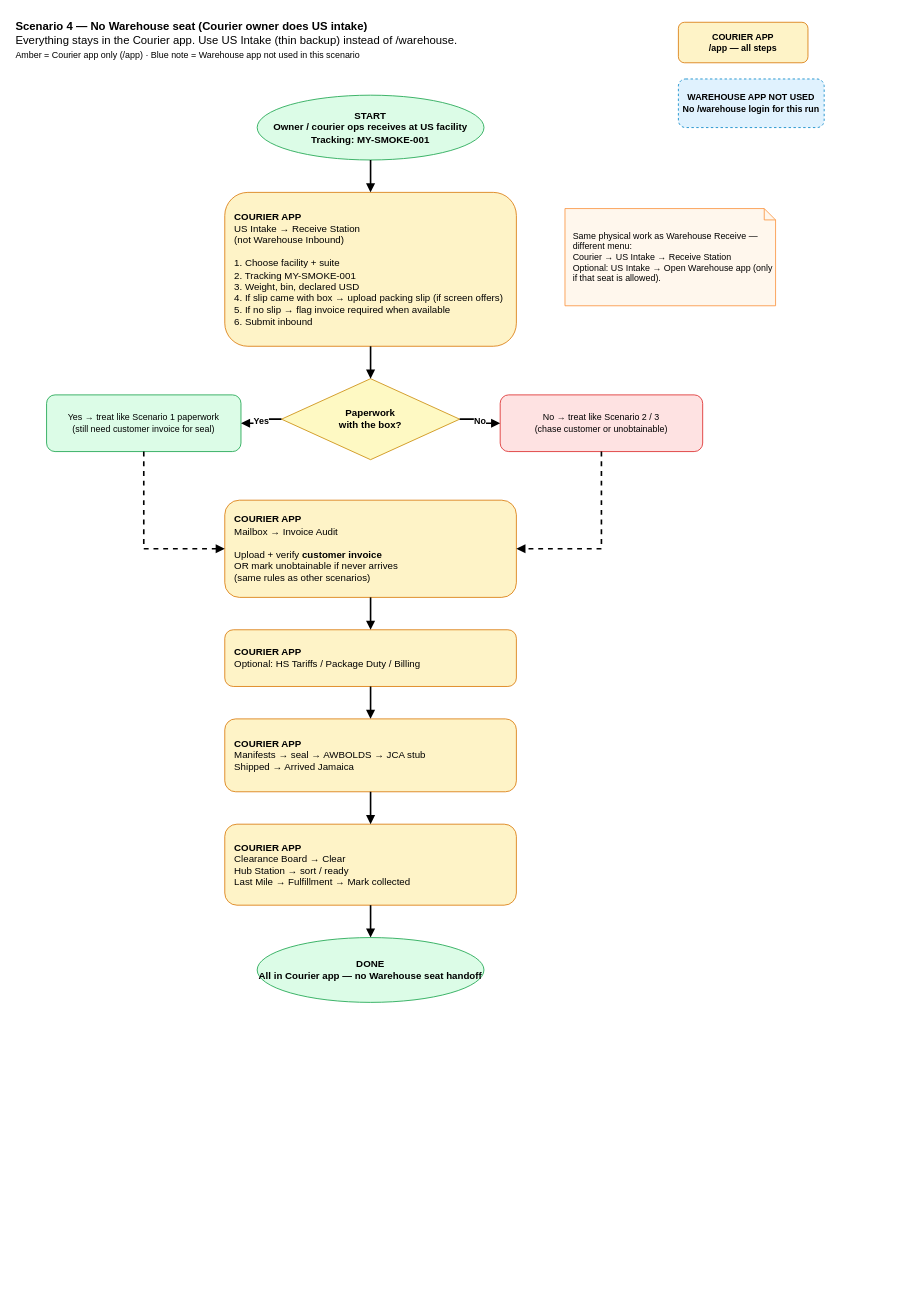
Earlier version of the draw.io diagram docs/diagrams/package-flow/04-owner-us-intake-no-warehouse-seat.drawio (DeekiiiiiiiT/Goride). Source tidied: cells renumbered, new cells numbered last; positions are measured from the earlier drawing's top-left corner, leaving out a move shared by most shapes. Both pictures are drawn from the tidied source at 81%, with x=0, y=0 at pixel (14, 14).
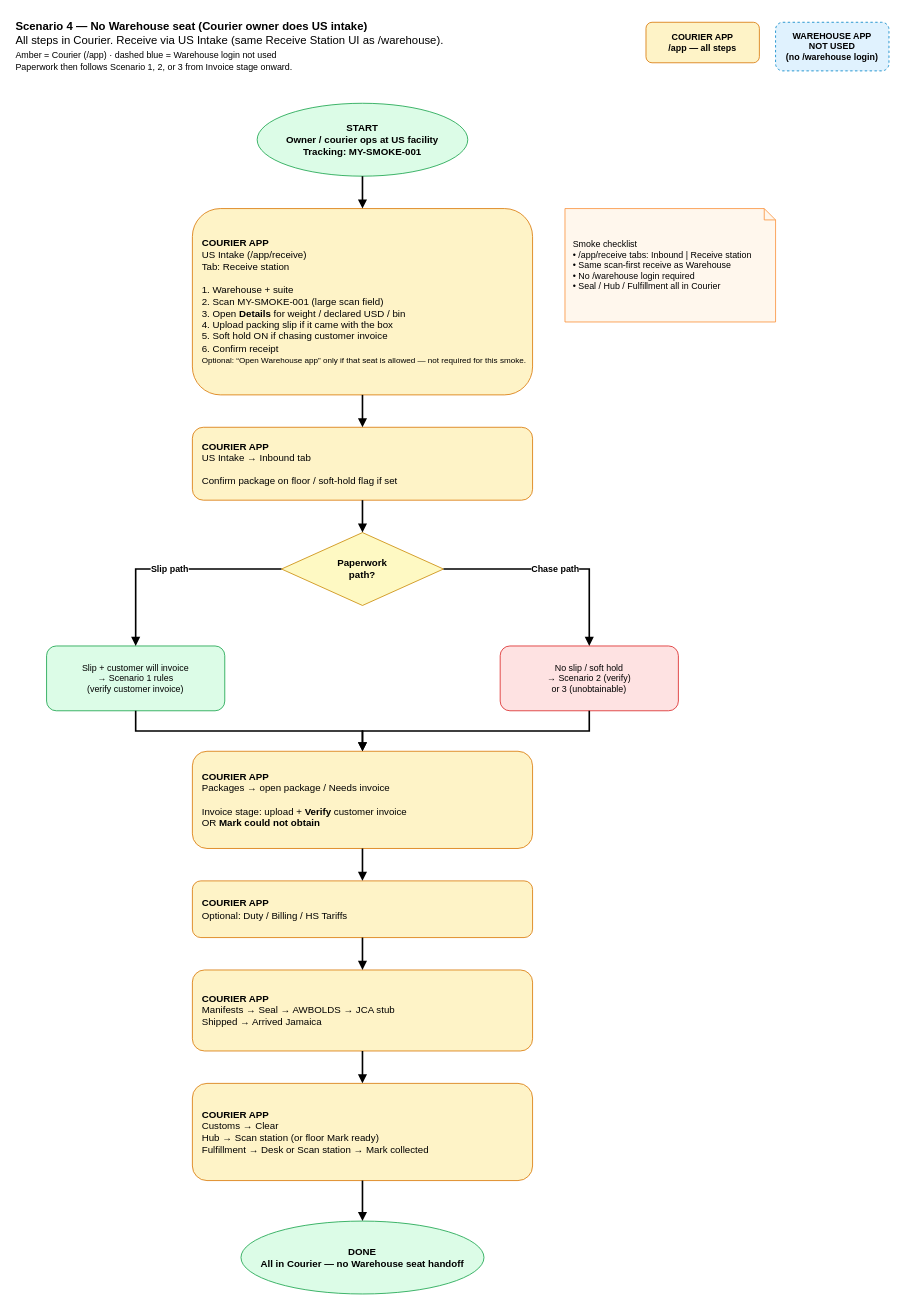
After the change.

Diff of the diagram source:
```diff
@@
-    <mxCell id="2" value="&lt;b&gt;Scenario 4 — No Warehouse seat (Courier owner does US intake)&lt;/b&gt;&lt;br&gt;Everything stays in the Courier app. Use US Intake (thin backup) instead of /warehouse.&lt;br&gt;&lt;font style=&quot;font-size:11px&quot;&gt;Amber = Courier app only (/app) · Blue note = Warehouse app not used in this scenario&lt;/font&gt;" style="text;html=1;strokeColor=none;fillColor=none;align=left;verticalAlign=top;whiteSpace=wrap;rounded=0;fontSize=14;" parent="1" vertex="1">
-      <mxGeometry width="780" height="70" as="geometry" />
+    <mxCell id="2" value="&lt;b&gt;Scenario 4 — No Warehouse seat (Courier owner does US intake)&lt;/b&gt;&lt;br&gt;All steps in Courier. Receive via US Intake (same Receive Station UI as /warehouse).&lt;br&gt;&lt;font style=&quot;font-size:11px&quot;&gt;Amber = Courier (/app) · dashed blue = Warehouse login not used&lt;br&gt;Paperwork then follows Scenario 1, 2, or 3 from Invoice stage onward.&lt;/font&gt;" style="text;html=1;strokeColor=none;fillColor=none;align=left;verticalAlign=top;whiteSpace=wrap;rounded=0;fontSize=14;" parent="1" vertex="1">
+      <mxGeometry width="760" height="85" as="geometry" />
     </mxCell>
     <mxCell id="3" value="COURIER APP&#10;/app — all steps" style="rounded=1;whiteSpace=wrap;html=1;fillColor=#FEF3C7;strokeColor=#D97706;fontStyle=1;fontSize=11;" parent="1" vertex="1">
-      <mxGeometry x="820" y="10" width="160" height="50" as="geometry" />
+      <mxGeometry x="780" y="10" width="140" height="50" as="geometry" />
     </mxCell>
-    <mxCell id="4" value="WAREHOUSE APP NOT USED&#10;No /warehouse login for this run" style="rounded=1;whiteSpace=wrap;html=1;fillColor=#E0F2FE;strokeColor=#0284C7;fontStyle=1;fontSize=11;dashed=1;" parent="1" vertex="1">
-      <mxGeometry x="820" y="80" width="180" height="60" as="geometry" />
+    <mxCell id="4" value="WAREHOUSE APP&#10;NOT USED&#10;(no /warehouse login)" style="rounded=1;whiteSpace=wrap;html=1;fillColor=#E0F2FE;strokeColor=#0284C7;fontStyle=1;fontSize=11;dashed=1;" parent="1" vertex="1">
+      <mxGeometry x="940" y="10" width="140" height="60" as="geometry" />
     </mxCell>
-    <mxCell id="5" value="START&#10;Owner / courier ops receives at US facility&#10;Tracking: MY-SMOKE-001" style="ellipse;whiteSpace=wrap;html=1;fillColor=#DCFCE7;strokeColor=#16A34A;fontStyle=1;" parent="1" vertex="1">
-      <mxGeometry x="300" y="100" width="280" height="80" as="geometry" />
+    <mxCell id="5" value="START&#10;Owner / courier ops at US facility&#10;Tracking: MY-SMOKE-001" style="ellipse;whiteSpace=wrap;html=1;fillColor=#DCFCE7;strokeColor=#16A34A;fontStyle=1;" parent="1" vertex="1">
+      <mxGeometry x="300" y="110" width="260" height="90" as="geometry" />
     </mxCell>
-    <mxCell id="6" value="&lt;b&gt;COURIER APP&lt;/b&gt;&lt;br&gt;US Intake → Receive Station&lt;br&gt;(not Warehouse Inbound)&lt;br&gt;&lt;br&gt;1. Choose facility + suite&lt;br&gt;2. Tracking MY-SMOKE-001&lt;br&gt;3. Weight, bin, declared USD&lt;br&gt;4. If slip came with box → upload packing slip (if screen offers)&lt;br&gt;5. If no slip → flag invoice required when available&lt;br&gt;6. Submit inbound" style="rounded=1;whiteSpace=wrap;html=1;align=left;spacingLeft=10;fillColor=#FEF3C7;strokeColor=#D97706;fontSize=12;" parent="1" vertex="1">
-      <mxGeometry x="260" y="220" width="360" height="190" as="geometry" />
+    <mxCell id="6" value="&lt;b&gt;COURIER APP&lt;/b&gt;&lt;br&gt;US Intake (/app/receive)&lt;br&gt;Tab: Receive station&lt;br&gt;&lt;br&gt;1. Warehouse + suite&lt;br&gt;2. Scan MY-SMOKE-001 (large scan field)&lt;br&gt;3. Open &lt;b&gt;Details&lt;/b&gt; for weight / declared USD / bin&lt;br&gt;4. Upload packing slip if it came with the box&lt;br&gt;5. Soft hold ON if chasing customer invoice&lt;br&gt;6. Confirm receipt&lt;br&gt;&lt;font style=&quot;font-size:10px&quot;&gt;Optional: “Open Warehouse app” only if that seat is allowed — not required for this smoke.&lt;/font&gt;" style="rounded=1;whiteSpace=wrap;html=1;align=left;spacingLeft=10;fillColor=#FEF3C7;strokeColor=#D97706;fontSize=12;" parent="1" vertex="1">
+      <mxGeometry x="220" y="240" width="420" height="230" as="geometry" />
     </mxCell>
-    <mxCell id="7" value="Same physical work as Warehouse Receive — different menu:&#10;Courier → US Intake → Receive Station&#10;Optional: US Intake → Open Warehouse app (only if that seat is allowed)." style="shape=note;whiteSpace=wrap;html=1;fillColor=#FFF7ED;strokeColor=#FB923C;align=left;spacingLeft=8;fontSize=11;size=14;" parent="1" vertex="1">
-      <mxGeometry x="680" y="240" width="260" height="120" as="geometry" />
-    </mxCell>
+    <mxCell id="26" value="&lt;b&gt;COURIER APP&lt;/b&gt;&lt;br&gt;US Intake → Inbound tab&lt;br&gt;&lt;br&gt;Confirm package on floor / soft-hold flag if set" style="rounded=1;whiteSpace=wrap;html=1;align=left;spacingLeft=10;fillColor=#FEF3C7;strokeColor=#D97706;fontSize=12;" parent="1" vertex="1">
+      <mxGeometry x="220" y="510" width="420" height="90" as="geometry" />
+    </mxCell>
-    <mxCell id="8" value="Paperwork&#10;with the box?" style="rhombus;whiteSpace=wrap;html=1;fillColor=#FEF9C3;strokeColor=#CA8A04;fontStyle=1;fontSize=12;" parent="1" vertex="1">
-      <mxGeometry x="330" y="450" width="220" height="100" as="geometry" />
+    <mxCell id="8" value="Paperwork&#10;path?" style="rhombus;whiteSpace=wrap;html=1;fillColor=#FEF9C3;strokeColor=#CA8A04;fontStyle=1;fontSize=12;" parent="1" vertex="1">
+      <mxGeometry x="330" y="640" width="200" height="90" as="geometry" />
     </mxCell>
-    <mxCell id="9" value="Yes → treat like Scenario 1 paperwork&#10;(still need customer invoice for seal)" style="rounded=1;whiteSpace=wrap;html=1;fillColor=#DCFCE7;strokeColor=#16A34A;fontSize=11;" parent="1" vertex="1">
-      <mxGeometry x="40" y="470" width="240" height="70" as="geometry" />
+    <mxCell id="9" value="Slip + customer will invoice&#10;→ Scenario 1 rules&#10;(verify customer invoice)" style="rounded=1;whiteSpace=wrap;html=1;fillColor=#DCFCE7;strokeColor=#16A34A;fontSize=11;" parent="1" vertex="1">
+      <mxGeometry x="40" y="780" width="220" height="80" as="geometry" />
     </mxCell>
-    <mxCell id="10" value="No → treat like Scenario 2 / 3&#10;(chase customer or unobtainable)" style="rounded=1;whiteSpace=wrap;html=1;fillColor=#FEE2E2;strokeColor=#DC2626;fontSize=11;" parent="1" vertex="1">
-      <mxGeometry x="600" y="470" width="250" height="70" as="geometry" />
-    </mxCell>
+    <mxCell id="27" value="No slip / soft hold&#10;→ Scenario 2 (verify)&#10;or 3 (unobtainable)" style="rounded=1;whiteSpace=wrap;html=1;fillColor=#FEE2E2;strokeColor=#DC2626;fontSize=11;" parent="1" vertex="1">
+      <mxGeometry x="600" y="780" width="220" height="80" as="geometry" />
+    </mxCell>
-    <mxCell id="11" value="&lt;b&gt;COURIER APP&lt;/b&gt;&lt;br&gt;Mailbox → Invoice Audit&lt;br&gt;&lt;br&gt;Upload + verify &lt;b&gt;customer invoice&lt;/b&gt;&#10;OR mark unobtainable if never arrives&#10;(same rules as other scenarios)" style="rounded=1;whiteSpace=wrap;html=1;align=left;spacingLeft=10;fillColor=#FEF3C7;strokeColor=#D97706;fontSize=12;" parent="1" vertex="1">
-      <mxGeometry x="260" y="600" width="360" height="120" as="geometry" />
+    <mxCell id="11" value="&lt;b&gt;COURIER APP&lt;/b&gt;&lt;br&gt;Packages → open package / Needs invoice&lt;br&gt;&lt;br&gt;Invoice stage: upload + &lt;b&gt;Verify&lt;/b&gt; customer invoice&#10;OR &lt;b&gt;Mark could not obtain&lt;/b&gt;" style="rounded=1;whiteSpace=wrap;html=1;align=left;spacingLeft=10;fillColor=#FEF3C7;strokeColor=#D97706;fontSize=12;" parent="1" vertex="1">
+      <mxGeometry x="220" y="910" width="420" height="120" as="geometry" />
     </mxCell>
-    <mxCell id="12" value="&lt;b&gt;COURIER APP&lt;/b&gt;&lt;br&gt;Optional: HS Tariffs / Package Duty / Billing" style="rounded=1;whiteSpace=wrap;html=1;align=left;spacingLeft=10;fillColor=#FEF3C7;strokeColor=#D97706;fontSize=12;" parent="1" vertex="1">
-      <mxGeometry x="260" y="760" width="360" height="70" as="geometry" />
+    <mxCell id="12" value="&lt;b&gt;COURIER APP&lt;/b&gt;&lt;br&gt;Optional: Duty / Billing / HS Tariffs" style="rounded=1;whiteSpace=wrap;html=1;align=left;spacingLeft=10;fillColor=#FEF3C7;strokeColor=#D97706;fontSize=12;" parent="1" vertex="1">
+      <mxGeometry x="220" y="1070" width="420" height="70" as="geometry" />
     </mxCell>
-    <mxCell id="13" value="&lt;b&gt;COURIER APP&lt;/b&gt;&lt;br&gt;Manifests → seal → AWBOLDS → JCA stub&lt;br&gt;Shipped → Arrived Jamaica" style="rounded=1;whiteSpace=wrap;html=1;align=left;spacingLeft=10;fillColor=#FEF3C7;strokeColor=#D97706;fontSize=12;" parent="1" vertex="1">
-      <mxGeometry x="260" y="870" width="360" height="90" as="geometry" />
+    <mxCell id="13" value="&lt;b&gt;COURIER APP&lt;/b&gt;&lt;br&gt;Manifests → Seal → AWBOLDS → JCA stub&#10;Shipped → Arrived Jamaica" style="rounded=1;whiteSpace=wrap;html=1;align=left;spacingLeft=10;fillColor=#FEF3C7;strokeColor=#D97706;fontSize=12;" parent="1" vertex="1">
+      <mxGeometry x="220" y="1180" width="420" height="100" as="geometry" />
     </mxCell>
-    <mxCell id="14" value="&lt;b&gt;COURIER APP&lt;/b&gt;&lt;br&gt;Clearance Board → Clear&lt;br&gt;Hub Station → sort / ready&lt;br&gt;Last Mile → Fulfillment → Mark collected" style="rounded=1;whiteSpace=wrap;html=1;align=left;spacingLeft=10;fillColor=#FEF3C7;strokeColor=#D97706;fontSize=12;" parent="1" vertex="1">
-      <mxGeometry x="260" y="1000" width="360" height="100" as="geometry" />
+    <mxCell id="14" value="&lt;b&gt;COURIER APP&lt;/b&gt;&lt;br&gt;Customs → Clear&#10;Hub → Scan station (or floor Mark ready)&#10;Fulfillment → Desk or Scan station → Mark collected" style="rounded=1;whiteSpace=wrap;html=1;align=left;spacingLeft=10;fillColor=#FEF3C7;strokeColor=#D97706;fontSize=12;" parent="1" vertex="1">
+      <mxGeometry x="220" y="1320" width="420" height="120" as="geometry" />
     </mxCell>
-    <mxCell id="15" value="DONE&#10;All in Courier app — no Warehouse seat handoff" style="ellipse;whiteSpace=wrap;html=1;fillColor=#DCFCE7;strokeColor=#16A34A;fontStyle=1;" parent="1" vertex="1">
-      <mxGeometry x="300" y="1140" width="280" height="80" as="geometry" />
+    <mxCell id="15" value="DONE&#10;All in Courier — no Warehouse seat handoff" style="ellipse;whiteSpace=wrap;html=1;fillColor=#DCFCE7;strokeColor=#16A34A;fontStyle=1;" parent="1" vertex="1">
+      <mxGeometry x="280" y="1490" width="300" height="90" as="geometry" />
     </mxCell>
+    <mxCell id="28" value="Smoke checklist&#10;• /app/receive tabs: Inbound | Receive station&#10;• Same scan-first receive as Warehouse&#10;• No /warehouse login required&#10;• Seal / Hub / Fulfillment all in Courier" style="shape=note;whiteSpace=wrap;html=1;fillColor=#FFF7ED;strokeColor=#FB923C;align=left;spacingLeft=8;fontSize=11;size=14;" parent="1" vertex="1">
+      <mxGeometry x="680" y="240" width="260" height="140" as="geometry" />
+    </mxCell>
-    <mxCell id="16" style="edgeStyle=orthogonalEdgeStyle;rounded=0;jettySize=auto;html=1;endArrow=block;endFill=1;strokeWidth=2;" parent="1" edge="1" source="5" target="6">
+    <mxCell id="16" style="edgeStyle=orthogonalEdgeStyle;rounded=0;html=1;endArrow=block;endFill=1;strokeWidth=2;" parent="1" edge="1" source="5" target="6">
       <mxGeometry relative="1" as="geometry" />
     </mxCell>
-    <mxCell id="17" style="edgeStyle=orthogonalEdgeStyle;rounded=0;jettySize=auto;html=1;endArrow=block;endFill=1;strokeWidth=2;" parent="1" edge="1" source="6" target="8">
+    <mxCell id="17" style="edgeStyle=orthogonalEdgeStyle;rounded=0;html=1;endArrow=block;endFill=1;strokeWidth=2;" parent="1" edge="1" source="6" target="26">
       <mxGeometry relative="1" as="geometry" />
     </mxCell>
-    <mxCell id="18" value="Yes" style="edgeStyle=orthogonalEdgeStyle;rounded=0;jettySize=auto;html=1;endArrow=block;endFill=1;strokeWidth=2;fontStyle=1;" parent="1" edge="1" source="8" target="9">
+    <mxCell id="18" style="edgeStyle=orthogonalEdgeStyle;rounded=0;html=1;endArrow=block;endFill=1;strokeWidth=2;" parent="1" edge="1" source="26" target="8">
       <mxGeometry relative="1" as="geometry" />
     </mxCell>
-    <mxCell id="19" value="No" style="edgeStyle=orthogonalEdgeStyle;rounded=0;jettySize=auto;html=1;endArrow=block;endFill=1;strokeWidth=2;fontStyle=1;" parent="1" edge="1" source="8" target="10">
+    <mxCell id="19" value="Slip path" style="edgeStyle=orthogonalEdgeStyle;rounded=0;html=1;endArrow=block;endFill=1;strokeWidth=2;fontStyle=1;" parent="1" edge="1" source="8" target="9">
       <mxGeometry relative="1" as="geometry" />
     </mxCell>
-    <mxCell id="20" style="edgeStyle=orthogonalEdgeStyle;rounded=0;jettySize=auto;html=1;endArrow=block;endFill=1;strokeWidth=2;dashed=1;" parent="1" edge="1" source="9" target="11">
-      <mxGeometry relative="1" as="geometry">
-        <Array as="points">
-          <mxPoint x="160" y="660" />
-        </Array>
-      </mxGeometry>
+    <mxCell id="20" value="Chase path" style="edgeStyle=orthogonalEdgeStyle;rounded=0;html=1;endArrow=block;endFill=1;strokeWidth=2;fontStyle=1;" parent="1" edge="1" source="8" target="27">
+      <mxGeometry relative="1" as="geometry" />
     </mxCell>
-    <mxCell id="21" style="edgeStyle=orthogonalEdgeStyle;rounded=0;jettySize=auto;html=1;endArrow=block;endFill=1;strokeWidth=2;dashed=1;" parent="1" edge="1" source="10" target="11">
-      <mxGeometry relative="1" as="geometry">
-        <Array as="points">
-          <mxPoint x="725" y="660" />
-        </Array>
-      </mxGeometry>
+    <mxCell id="21" style="edgeStyle=orthogonalEdgeStyle;rounded=0;html=1;endArrow=block;endFill=1;strokeWidth=2;" parent="1" edge="1" source="9" target="11">
+      <mxGeometry relative="1" as="geometry" />
     </mxCell>
-    <mxCell id="22" style="edgeStyle=orthogonalEdgeStyle;rounded=0;jettySize=auto;html=1;endArrow=block;endFill=1;strokeWidth=2;" parent="1" edge="1" source="11" target="12">
+    <mxCell id="22" style="edgeStyle=orthogonalEdgeStyle;rounded=0;html=1;endArrow=block;endFill=1;strokeWidth=2;" parent="1" edge="1" source="27" target="11">
       <mxGeometry relative="1" as="geometry" />
     </mxCell>
-    <mxCell id="23" style="edgeStyle=orthogonalEdgeStyle;rounded=0;jettySize=auto;html=1;endArrow=block;endFill=1;strokeWidth=2;" parent="1" edge="1" source="12" target="13">
+    <mxCell id="23" style="edgeStyle=orthogonalEdgeStyle;rounded=0;html=1;endArrow=block;endFill=1;strokeWidth=2;" parent="1" edge="1" source="11" target="12">
       <mxGeometry relative="1" as="geometry" />
     </mxCell>
-    <mxCell id="24" style="edgeStyle=orthogonalEdgeStyle;rounded=0;jettySize=auto;html=1;endArrow=block;endFill=1;strokeWidth=2;" parent="1" edge="1" source="13" target="14">
+    <mxCell id="24" style="edgeStyle=orthogonalEdgeStyle;rounded=0;html=1;endArrow=block;endFill=1;strokeWidth=2;" parent="1" edge="1" source="12" target="13">
       <mxGeometry relative="1" as="geometry" />
     </mxCell>
-    <mxCell id="25" style="edgeStyle=orthogonalEdgeStyle;rounded=0;jettySize=auto;html=1;endArrow=block;endFill=1;strokeWidth=2;" parent="1" edge="1" source="14" target="15">
+    <mxCell id="25" style="edgeStyle=orthogonalEdgeStyle;rounded=0;html=1;endArrow=block;endFill=1;strokeWidth=2;" parent="1" edge="1" source="13" target="14">
       <mxGeometry relative="1" as="geometry" />
     </mxCell>
+    <mxCell id="29" style="edgeStyle=orthogonalEdgeStyle;rounded=0;html=1;endArrow=block;endFill=1;strokeWidth=2;" parent="1" edge="1" source="14" target="15">
+      <mxGeometry relative="1" as="geometry" />
+    </mxCell>
```
